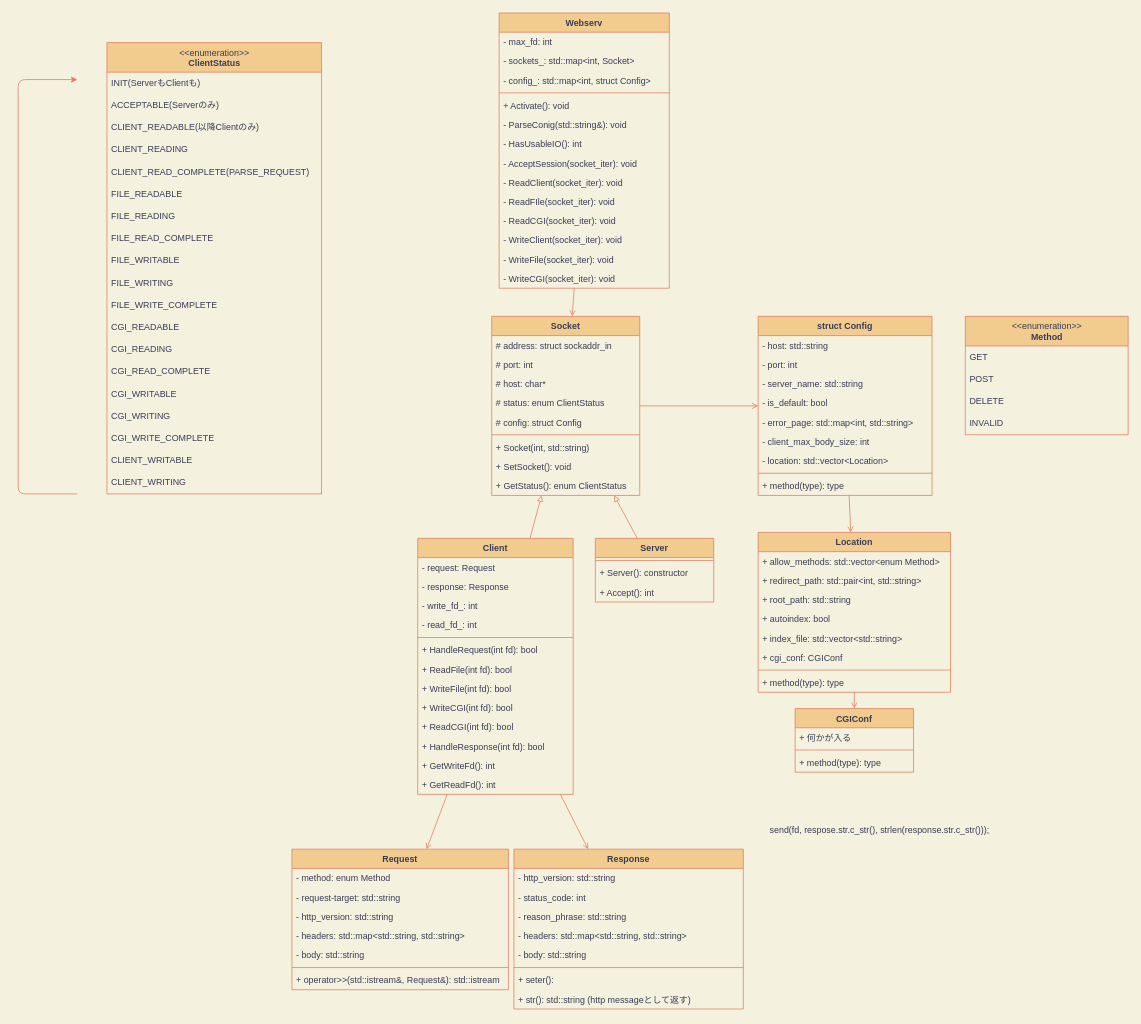
This is docs/classes.dio from tkomatsu/webserv, a draw.io file, before an edit. Source tidied: cells renumbered, new cells numbered last; positions are measured from the earlier drawing's top-left corner, leaving out a move shared by most shapes. Both pictures are drawn from the tidied source at 74%, with x=0, y=0 at pixel (18, 13).
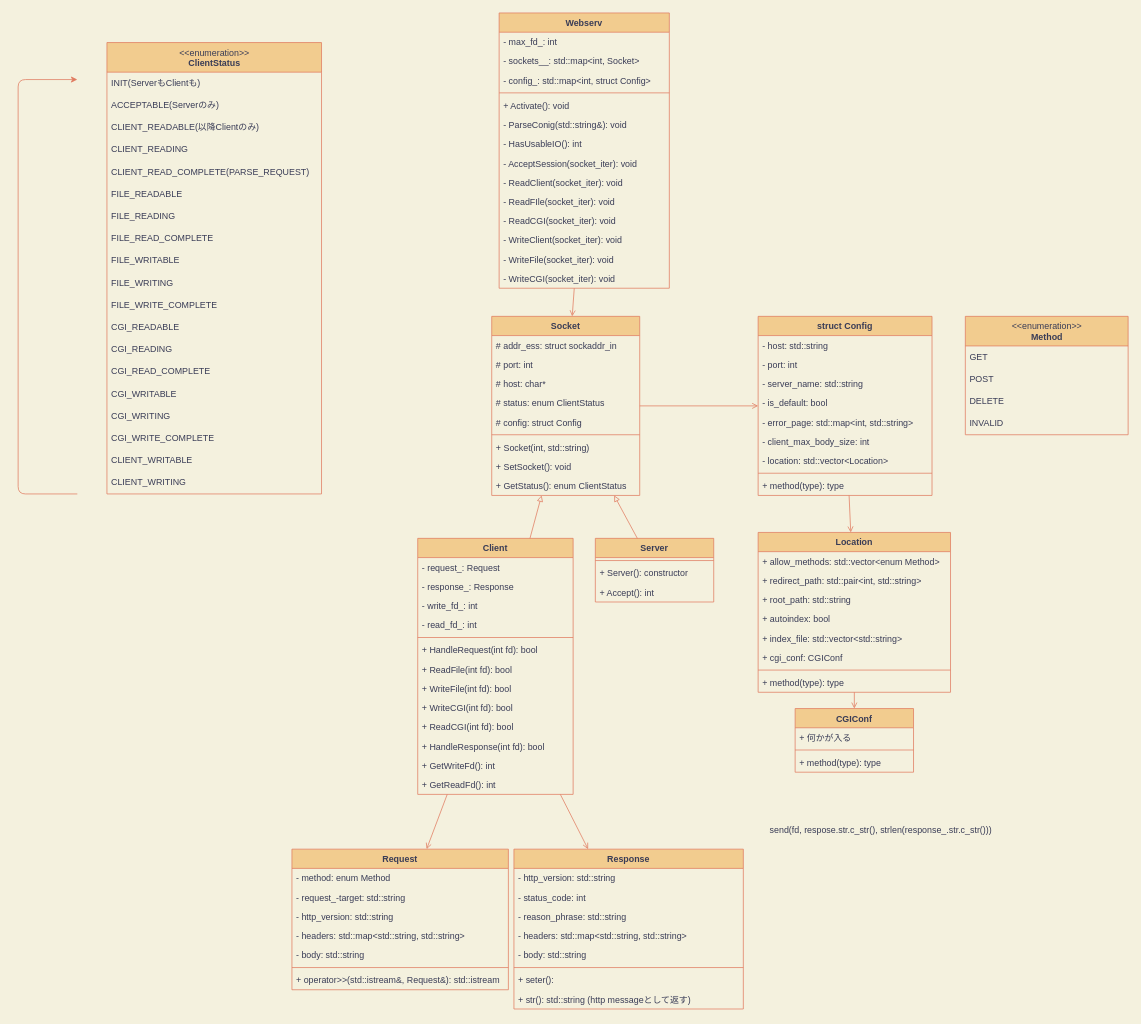
Above is the later version.

The change refers to these unchanged cells:
```xml
<mxCell id="2" value="Socket" style="swimlane;fontStyle=1;align=center;verticalAlign=top;horizontal=1;startSize=26;fillColor=#F2CC8F;strokeColor=#E07A5F;fontColor=#393C56;" parent="1" vertex="1">
  <mxGeometry x="640" y="410" width="200" height="242" as="geometry" />
</mxCell>
<mxCell id="12" value="Request" style="swimlane;fontStyle=1;align=center;verticalAlign=top;horizontal=1;startSize=26;fillColor=#F2CC8F;strokeColor=#E07A5F;fontColor=#393C56;" parent="1" vertex="1">
  <mxGeometry x="370" y="1130" width="292.5" height="190" as="geometry" />
</mxCell>
<mxCell id="33" value="Client" style="swimlane;fontStyle=1;align=center;verticalAlign=top;horizontal=1;startSize=26;fillColor=#F2CC8F;strokeColor=#E07A5F;fontColor=#393C56;" parent="1" vertex="1">
  <mxGeometry x="540" y="710" width="210" height="346" as="geometry" />
</mxCell>
<mxCell id="49" value="Webserv" style="swimlane;fontStyle=1;align=center;verticalAlign=top;horizontal=1;startSize=26;fillColor=#F2CC8F;strokeColor=#E07A5F;fontColor=#393C56;" parent="1" vertex="1">
  <mxGeometry x="650" width="230" height="372" as="geometry" />
</mxCell>
```

What changed in the source:
```diff
@@
-    <mxCell id="3" value="# address: struct sockaddr_in" style="text;strokeColor=none;fillColor=none;align=left;verticalAlign=top;spacingLeft=4;spacingRight=4;overflow=hidden;fontColor=#393C56;" parent="2" vertex="1">
+    <mxCell id="3" value="# addr_ess: struct sockaddr_in" style="text;strokeColor=none;fillColor=none;align=left;verticalAlign=top;spacingLeft=4;spacingRight=4;overflow=hidden;fontColor=#393C56;" parent="2" vertex="1">
       <mxGeometry y="26" width="200" height="26" as="geometry" />
     </mxCell>
@@
-    <mxCell id="14" value="- request-target: std::string" style="text;strokeColor=none;fillColor=none;align=left;verticalAlign=top;spacingLeft=4;spacingRight=4;overflow=hidden;fontColor=#393C56;" parent="12" vertex="1">
+    <mxCell id="14" value="- request_-target: std::string" style="text;strokeColor=none;fillColor=none;align=left;verticalAlign=top;spacingLeft=4;spacingRight=4;overflow=hidden;fontColor=#393C56;" parent="12" vertex="1">
       <mxGeometry y="52" width="292.5" height="26" as="geometry" />
     </mxCell>
@@
-    <mxCell id="34" value="- request: Request" style="text;strokeColor=none;fillColor=none;align=left;verticalAlign=top;spacingLeft=4;spacingRight=4;overflow=hidden;fontColor=#393C56;" parent="33" vertex="1">
+    <mxCell id="34" value="- request_: Request" style="text;strokeColor=none;fillColor=none;align=left;verticalAlign=top;spacingLeft=4;spacingRight=4;overflow=hidden;fontColor=#393C56;" parent="33" vertex="1">
       <mxGeometry y="26" width="210" height="26" as="geometry" />
     </mxCell>
-    <mxCell id="35" value="- response: Response" style="text;strokeColor=none;fillColor=none;align=left;verticalAlign=top;spacingLeft=4;spacingRight=4;overflow=hidden;fontColor=#393C56;" parent="33" vertex="1">
+    <mxCell id="35" value="- response_: Response" style="text;strokeColor=none;fillColor=none;align=left;verticalAlign=top;spacingLeft=4;spacingRight=4;overflow=hidden;fontColor=#393C56;" parent="33" vertex="1">
       <mxGeometry y="52" width="210" height="26" as="geometry" />
     </mxCell>
@@
-    <mxCell id="50" value="- max_fd: int" style="text;strokeColor=none;fillColor=none;align=left;verticalAlign=top;spacingLeft=4;spacingRight=4;overflow=hidden;fontColor=#393C56;" parent="49" vertex="1">
+    <mxCell id="50" value="- max_fd_: int" style="text;strokeColor=none;fillColor=none;align=left;verticalAlign=top;spacingLeft=4;spacingRight=4;overflow=hidden;fontColor=#393C56;" parent="49" vertex="1">
       <mxGeometry y="26" width="230" height="26" as="geometry" />
     </mxCell>
-    <mxCell id="51" value="- sockets_: std::map&lt;int, Socket&gt;" style="text;strokeColor=none;fillColor=none;align=left;verticalAlign=top;spacingLeft=4;spacingRight=4;overflow=hidden;fontColor=#393C56;" parent="49" vertex="1">
+    <mxCell id="51" value="- sockets__: std::map&lt;int, Socket&gt;" style="text;strokeColor=none;fillColor=none;align=left;verticalAlign=top;spacingLeft=4;spacingRight=4;overflow=hidden;fontColor=#393C56;" parent="49" vertex="1">
       <mxGeometry y="52" width="230" height="26" as="geometry" />
     </mxCell>
@@
-    <mxCell id="119" value="send(fd, respose.str.c_str(), strlen(response.str.c_str()));" style="text;strokeColor=none;fillColor=none;align=left;verticalAlign=top;spacingLeft=4;spacingRight=4;overflow=hidden;fontColor=#393C56;" parent="1" vertex="1">
+    <mxCell id="119" value="send(fd, respose.str.c_str(), strlen(response_.str.c_str()));" style="text;strokeColor=none;fillColor=none;align=left;verticalAlign=top;spacingLeft=4;spacingRight=4;overflow=hidden;fontColor=#393C56;" parent="1" vertex="1">
       <mxGeometry x="1010" y="1090" width="310" height="30" as="geometry" />
     </mxCell>
```
